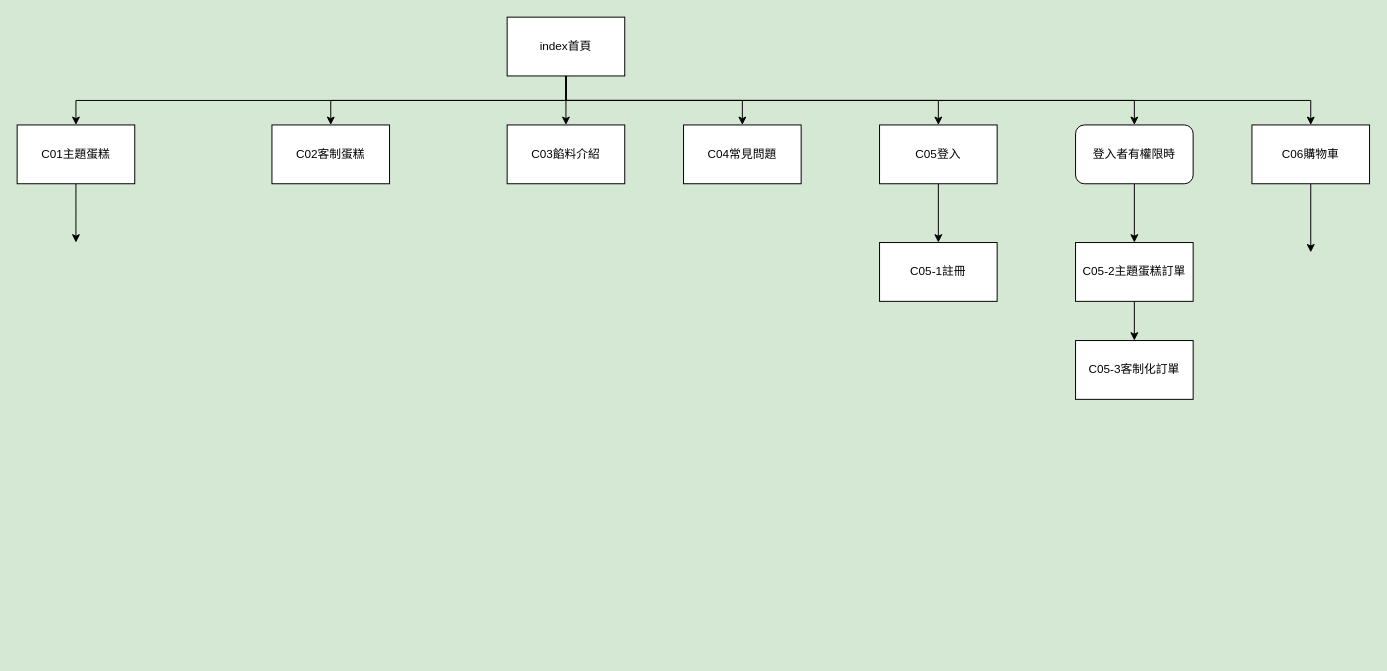
Above: 網站架構(未完成).drawio in jerry12299/MFEE32_cake (draw.io), before the change. Source tidied: cells renumbered, new cells numbered last; positions are measured from the earlier drawing's top-left corner, leaving out a move shared by most shapes. Both pictures are drawn from the tidied source at 98%, with x=0, y=0 at pixel (17, 17).
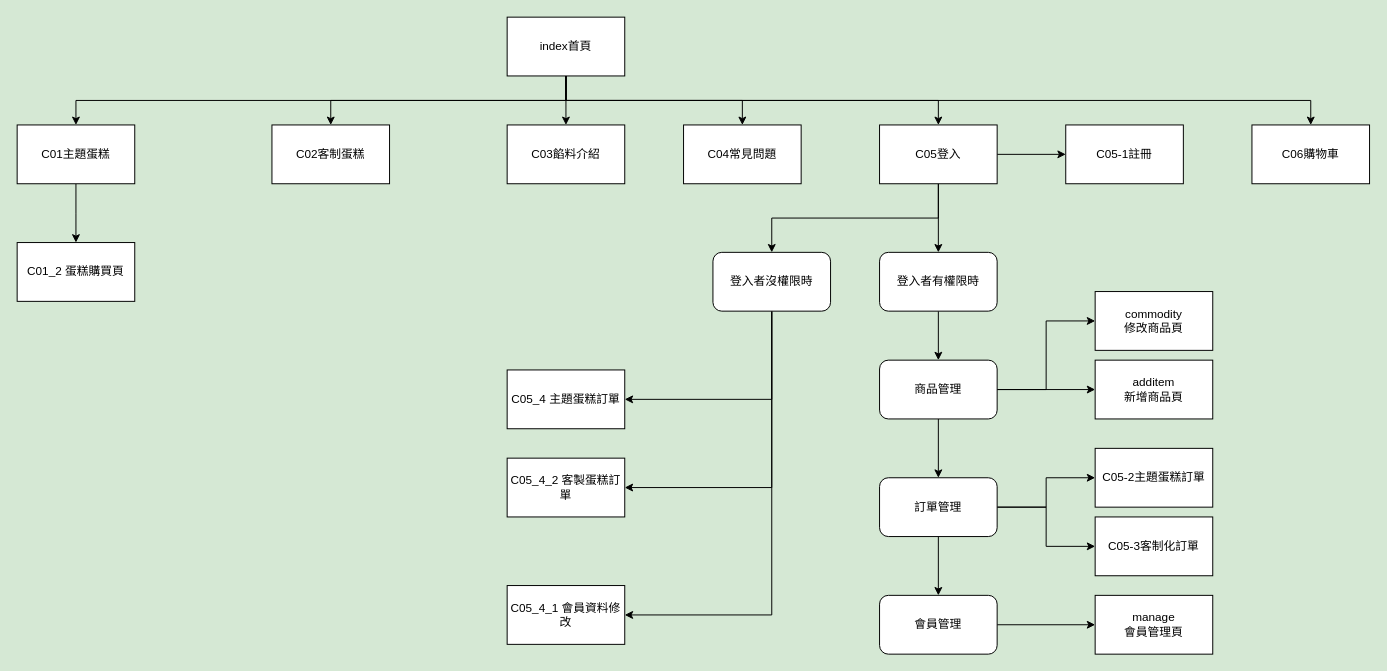
Above is the later version.

Commit message:
網站架構更新

The change refers to these unchanged cells:
```xml
<mxCell id="9" value="index首頁" style="rounded=0;whiteSpace=wrap;html=1;" parent="1" vertex="1">
  <mxGeometry x="500" width="120" height="60" as="geometry" />
</mxCell>
<mxCell id="16" value="C05登入" style="rounded=0;whiteSpace=wrap;html=1;" parent="1" vertex="1">
  <mxGeometry x="880" y="110" width="120" height="60" as="geometry" />
</mxCell>
<mxCell id="18" value="C06購物車" style="rounded=0;whiteSpace=wrap;html=1;" parent="1" vertex="1">
  <mxGeometry x="1260" y="110" width="120" height="60" as="geometry" />
</mxCell>
```

Diff of the diagram source:
```diff
@@
-    <mxCell id="8" style="edgeStyle=orthogonalEdgeStyle;rounded=0;jettySize=auto;html=1;exitX=0.5;exitY=1;exitDx=0;exitDy=0;entryX=0.5;entryY=0;entryDx=0;entryDy=0;" parent="1" edge="1" source="9" target="24">
-      <mxGeometry relative="1" as="geometry" />
-    </mxCell>
@@
+    <mxCell id="25" style="edgeStyle=orthogonalEdgeStyle;rounded=0;jettySize=auto;html=1;exitX=0.5;exitY=1;exitDx=0;exitDy=0;entryX=0.5;entryY=0;entryDx=0;entryDy=0;" parent="1" edge="1" source="16" target="24">
+      <mxGeometry relative="1" as="geometry" />
+    </mxCell>
+    <mxCell id="26" style="edgeStyle=orthogonalEdgeStyle;rounded=0;jettySize=auto;html=1;exitX=0.5;exitY=1;exitDx=0;exitDy=0;entryX=0.5;entryY=0;entryDx=0;entryDy=0;" parent="1" edge="1" source="16" target="32">
+      <mxGeometry relative="1" as="geometry" />
+    </mxCell>
-    <mxCell id="15" style="edgeStyle=orthogonalEdgeStyle;rounded=0;jettySize=auto;html=1;exitX=0.5;exitY=1;exitDx=0;exitDy=0;" parent="1" edge="1" source="16" target="19">
+    <mxCell id="15" style="edgeStyle=orthogonalEdgeStyle;rounded=0;jettySize=auto;html=1;exitX=1;exitY=0.5;exitDx=0;exitDy=0;" parent="1" edge="1" source="16" target="19">
       <mxGeometry relative="1" as="geometry" />
     </mxCell>
@@
-    <mxCell id="17" style="edgeStyle=orthogonalEdgeStyle;rounded=0;jettySize=auto;html=1;exitX=0.5;exitY=1;exitDx=0;exitDy=0;" parent="1" edge="1" source="18">
-      <mxGeometry relative="1" as="geometry">
-        <mxPoint x="1320" y="240" as="targetPoint" />
-      </mxGeometry>
-    </mxCell>
@@
     <mxCell id="19" value="C05-1註冊" style="rounded=0;whiteSpace=wrap;html=1;" parent="1" vertex="1">
-      <mxGeometry x="880" y="230" width="120" height="60" as="geometry" />
+      <mxGeometry x="1070" y="110" width="120" height="60" as="geometry" />
     </mxCell>
-    <mxCell id="20" style="edgeStyle=orthogonalEdgeStyle;rounded=0;jettySize=auto;html=1;exitX=0.5;exitY=1;exitDx=0;exitDy=0;" parent="1" edge="1" source="21" target="22">
-      <mxGeometry relative="1" as="geometry" />
-    </mxCell>
     <mxCell id="21" value="C05-2主題蛋糕訂單" style="rounded=0;whiteSpace=wrap;html=1;" parent="1" vertex="1">
-      <mxGeometry x="1080" y="230" width="120" height="60" as="geometry" />
+      <mxGeometry x="1100" y="440" width="120" height="60" as="geometry" />
     </mxCell>
     <mxCell id="22" value="C05-3客制化訂單" style="rounded=0;whiteSpace=wrap;html=1;" parent="1" vertex="1">
-      <mxGeometry x="1080" y="330" width="120" height="60" as="geometry" />
+      <mxGeometry x="1100" y="510" width="120" height="60" as="geometry" />
     </mxCell>
-    <mxCell id="23" style="edgeStyle=orthogonalEdgeStyle;rounded=0;jettySize=auto;html=1;exitX=0.5;exitY=1;exitDx=0;exitDy=0;entryX=0.5;entryY=0;entryDx=0;entryDy=0;" parent="1" edge="1" source="24" target="21">
-      <mxGeometry relative="1" as="geometry" />
-    </mxCell>
+    <mxCell id="27" style="edgeStyle=orthogonalEdgeStyle;rounded=0;jettySize=auto;html=1;exitX=0.5;exitY=1;exitDx=0;exitDy=0;entryX=0.5;entryY=0;entryDx=0;entryDy=0;" parent="1" edge="1" source="24" target="41">
+      <mxGeometry relative="1" as="geometry" />
+    </mxCell>
     <mxCell id="24" value="登入者有權限時" style="rounded=1;whiteSpace=wrap;html=1;" parent="1" vertex="1">
-      <mxGeometry x="1080" y="110" width="120" height="60" as="geometry" />
+      <mxGeometry x="880" y="240" width="120" height="60" as="geometry" />
     </mxCell>
+    <mxCell id="28" value="C01_2 蛋糕購買頁" style="rounded=0;whiteSpace=wrap;html=1;" parent="1" vertex="1">
+      <mxGeometry y="230" width="120" height="60" as="geometry" />
+    </mxCell>
+    <mxCell id="29" style="edgeStyle=orthogonalEdgeStyle;rounded=0;jettySize=auto;html=1;exitX=0.5;exitY=1;exitDx=0;exitDy=0;entryX=1;entryY=0.5;entryDx=0;entryDy=0;" parent="1" edge="1" source="32" target="34">
+      <mxGeometry relative="1" as="geometry" />
+    </mxCell>
+    <mxCell id="30" style="edgeStyle=orthogonalEdgeStyle;rounded=0;jettySize=auto;html=1;exitX=0.5;exitY=1;exitDx=0;exitDy=0;entryX=1;entryY=0.5;entryDx=0;entryDy=0;" parent="1" edge="1" source="32" target="35">
+      <mxGeometry relative="1" as="geometry" />
+    </mxCell>
+    <mxCell id="31" style="edgeStyle=orthogonalEdgeStyle;rounded=0;jettySize=auto;html=1;exitX=0.5;exitY=1;exitDx=0;exitDy=0;entryX=1;entryY=0.5;entryDx=0;entryDy=0;" parent="1" edge="1" source="32" target="33">
+      <mxGeometry relative="1" as="geometry" />
+    </mxCell>
+    <mxCell id="32" value="登入者沒權限時" style="rounded=1;whiteSpace=wrap;html=1;" parent="1" vertex="1">
+      <mxGeometry x="710" y="240" width="120" height="60" as="geometry" />
+    </mxCell>
+    <mxCell id="33" value="C05_4 主題蛋糕訂單" style="rounded=0;whiteSpace=wrap;html=1;" parent="1" vertex="1">
+      <mxGeometry x="500" y="360" width="120" height="60" as="geometry" />
+    </mxCell>
+    <mxCell id="34" value="C05_4_2 客製蛋糕訂單" style="rounded=0;whiteSpace=wrap;html=1;" parent="1" vertex="1">
+      <mxGeometry x="500" y="450" width="120" height="60" as="geometry" />
+    </mxCell>
+    <mxCell id="35" value="C05_4_1 會員資料修改" style="rounded=0;whiteSpace=wrap;html=1;" parent="1" vertex="1">
+      <mxGeometry x="500" y="580" width="120" height="60" as="geometry" />
+    </mxCell>
+    <mxCell id="36" value="commodity&lt;br&gt;修改商品頁" style="rounded=0;whiteSpace=wrap;html=1;" parent="1" vertex="1">
+      <mxGeometry x="1100" y="280" width="120" height="60" as="geometry" />
+    </mxCell>
+    <mxCell id="37" value="additem&lt;br&gt;新增商品頁" style="rounded=0;whiteSpace=wrap;html=1;" parent="1" vertex="1">
+      <mxGeometry x="1100" y="350" width="120" height="60" as="geometry" />
+    </mxCell>
+    <mxCell id="38" style="edgeStyle=orthogonalEdgeStyle;rounded=0;jettySize=auto;html=1;exitX=0.5;exitY=1;exitDx=0;exitDy=0;" parent="1" edge="1" source="41" target="45">
+      <mxGeometry relative="1" as="geometry" />
+    </mxCell>
+    <mxCell id="39" style="edgeStyle=orthogonalEdgeStyle;rounded=0;jettySize=auto;html=1;exitX=1;exitY=0.5;exitDx=0;exitDy=0;entryX=0;entryY=0.5;entryDx=0;entryDy=0;" parent="1" edge="1" source="41" target="36">
+      <mxGeometry relative="1" as="geometry" />
+    </mxCell>
+    <mxCell id="40" style="edgeStyle=orthogonalEdgeStyle;rounded=0;jettySize=auto;html=1;exitX=1;exitY=0.5;exitDx=0;exitDy=0;" parent="1" edge="1" source="41" target="37">
+      <mxGeometry relative="1" as="geometry" />
+    </mxCell>
+    <mxCell id="41" value="商品管理" style="rounded=1;whiteSpace=wrap;html=1;" parent="1" vertex="1">
+      <mxGeometry x="880" y="350" width="120" height="60" as="geometry" />
+    </mxCell>
+    <mxCell id="42" style="edgeStyle=orthogonalEdgeStyle;rounded=0;jettySize=auto;html=1;exitX=0.5;exitY=1;exitDx=0;exitDy=0;entryX=0.5;entryY=0;entryDx=0;entryDy=0;" parent="1" edge="1" source="45" target="47">
+      <mxGeometry relative="1" as="geometry" />
+    </mxCell>
+    <mxCell id="43" style="edgeStyle=orthogonalEdgeStyle;rounded=0;jettySize=auto;html=1;exitX=1;exitY=0.5;exitDx=0;exitDy=0;entryX=0;entryY=0.5;entryDx=0;entryDy=0;" parent="1" edge="1" source="45" target="21">
+      <mxGeometry relative="1" as="geometry" />
+    </mxCell>
+    <mxCell id="44" style="edgeStyle=orthogonalEdgeStyle;rounded=0;jettySize=auto;html=1;exitX=1;exitY=0.5;exitDx=0;exitDy=0;entryX=0;entryY=0.5;entryDx=0;entryDy=0;" parent="1" edge="1" source="45" target="22">
+      <mxGeometry relative="1" as="geometry" />
+    </mxCell>
+    <mxCell id="45" value="訂單管理" style="rounded=1;whiteSpace=wrap;html=1;" parent="1" vertex="1">
+      <mxGeometry x="880" y="470" width="120" height="60" as="geometry" />
+    </mxCell>
+    <mxCell id="46" style="edgeStyle=orthogonalEdgeStyle;rounded=0;jettySize=auto;html=1;exitX=1;exitY=0.5;exitDx=0;exitDy=0;" parent="1" edge="1" source="47" target="48">
+      <mxGeometry relative="1" as="geometry" />
+    </mxCell>
+    <mxCell id="47" value="會員管理" style="rounded=1;whiteSpace=wrap;html=1;" parent="1" vertex="1">
+      <mxGeometry x="880" y="590" width="120" height="60" as="geometry" />
+    </mxCell>
+    <mxCell id="48" value="manage&lt;br&gt;會員管理頁" style="rounded=0;whiteSpace=wrap;html=1;" parent="1" vertex="1">
+      <mxGeometry x="1100" y="590" width="120" height="60" as="geometry" />
+    </mxCell>
```
